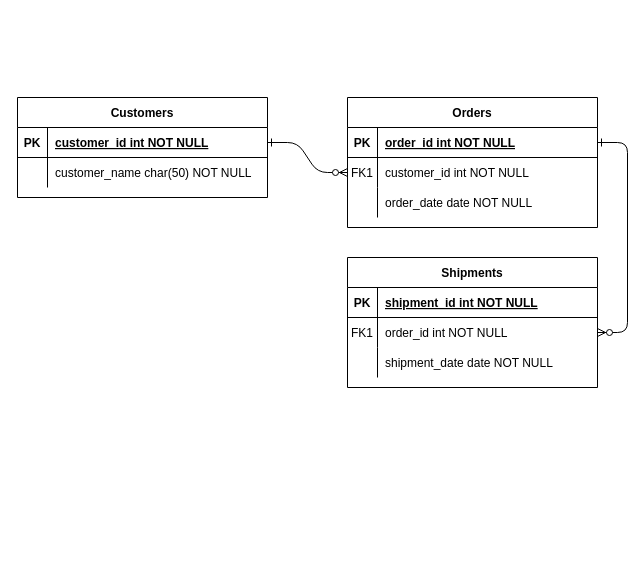
JoshiPrabin/Diagrams keeps this draw.io diagram as LMS_entitydiagram.drawio. Above is the earlier version. Source tidied: cells renumbered, new cells numbered last; positions are measured from the earlier drawing's top-left corner, leaving out a move shared by most shapes. Both pictures are drawn from the tidied source at 100%, with x=0, y=0 at pixel (17, 97).
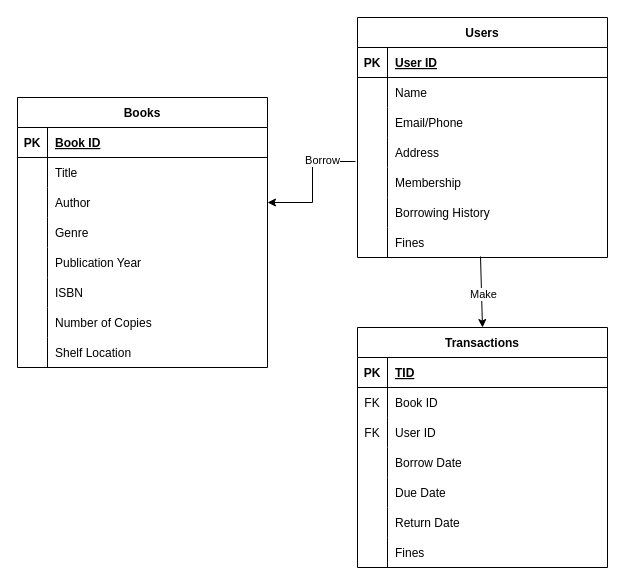
Above is the later version.

The change refers to these unchanged cells:
```xml
<mxCell id="5" style="shape=partialRectangle;fillColor=none;points=[[0,0.5],[1,0.5]];portConstraint=eastwest;top=0;left=0;right=0;bottom=1;" parent="4" vertex="1">
  <mxGeometry y="30" width="250" height="30" as="geometry" />
</mxCell>
<mxCell id="8" style="shape=partialRectangle;fillColor=none;points=[[0,0.5],[1,0.5]];portConstraint=eastwest;top=0;left=0;right=0;bottom=0;" parent="4" vertex="1">
  <mxGeometry y="60" width="250" height="30" as="geometry" />
</mxCell>
<mxCell id="11" style="shape=partialRectangle;fillColor=none;top=0;left=0;right=0;bottom=0;" parent="4" vertex="1">
  <mxGeometry y="90" width="250" height="30" as="geometry" />
</mxCell>
<mxCell id="15" style="shape=partialRectangle;fillColor=none;top=0;left=0;right=0;bottom=1;" parent="14" vertex="1">
  <mxGeometry y="30" width="250" height="30" as="geometry" />
</mxCell>
<mxCell id="18" style="shape=partialRectangle;fillColor=none;points=[[0,0.5],[1,0.5]];portConstraint=eastwest;top=0;left=0;right=0;bottom=0;" parent="14" vertex="1">
  <mxGeometry y="60" width="250" height="30" as="geometry" />
</mxCell>
<mxCell id="21" style="shape=partialRectangle;fillColor=none;top=0;left=0;right=0;bottom=0;" parent="14" vertex="1">
  <mxGeometry y="90" width="250" height="30" as="geometry" />
</mxCell>
<mxCell id="25" style="shape=partialRectangle;fillColor=none;points=[[0,0.5],[1,0.5]];portConstraint=eastwest;top=0;left=0;right=0;bottom=1;" parent="24" vertex="1">
  <mxGeometry y="30" width="250" height="30" as="geometry" />
</mxCell>
<mxCell id="28" style="shape=partialRectangle;fillColor=none;top=0;left=0;right=0;bottom=0;" parent="24" vertex="1">
  <mxGeometry y="60" width="250" height="30" as="geometry" />
</mxCell>
```

Change to the diagram source:
```diff
@@
-    <mxCell id="2" style="edgeStyle=entityRelationEdgeStyle;endArrow=ERzeroToMany;startArrow=ERone;endFill=1;startFill=0;" parent="1" edge="1" source="25" target="8">
-      <mxGeometry relative="1" as="geometry" />
-    </mxCell>
-    <mxCell id="3" style="edgeStyle=entityRelationEdgeStyle;endArrow=ERzeroToMany;startArrow=ERone;endFill=1;startFill=0;" parent="1" edge="1" source="5" target="18">
-      <mxGeometry relative="1" as="geometry" />
-    </mxCell>
-    <mxCell id="4" value="Orders" style="shape=table;startSize=30;childLayout=tableLayout;rowLines=0;fontStyle=1;align=center;" parent="1" vertex="1">
-      <mxGeometry x="330" width="250" height="130" as="geometry" />
+    <mxCell id="4" value="Users" style="shape=table;startSize=30;childLayout=tableLayout;rowLines=0;fontStyle=1;align=center;" parent="1" vertex="1">
+      <mxGeometry x="340" y="-80" width="250" height="240" as="geometry" />
     </mxCell>
@@
-    <mxCell id="7" value="order_id int NOT NULL " style="shape=partialRectangle;overflow=hidden;fillColor=none;top=0;left=0;bottom=0;right=0;align=left;spacingLeft=6;fontStyle=5;" parent="5" vertex="1">
+    <mxCell id="7" value="User ID" style="shape=partialRectangle;overflow=hidden;fillColor=none;top=0;left=0;bottom=0;right=0;align=left;spacingLeft=6;fontStyle=5;" parent="5" vertex="1">
       <mxGeometry x="30" width="220" height="30" as="geometry" />
     </mxCell>
@@
-    <mxCell id="9" value="FK1" style="shape=partialRectangle;overflow=hidden;fillColor=none;top=0;left=0;bottom=0;right=0;" parent="8" vertex="1">
+    <mxCell id="9" style="shape=partialRectangle;overflow=hidden;fillColor=none;top=0;left=0;bottom=0;right=0;" parent="8" vertex="1">
       <mxGeometry width="30" height="30" as="geometry" />
     </mxCell>
-    <mxCell id="10" value="customer_id int NOT NULL" style="shape=partialRectangle;overflow=hidden;fillColor=none;top=0;left=0;bottom=0;right=0;align=left;spacingLeft=6;" parent="8" vertex="1">
+    <mxCell id="10" value="Name" style="shape=partialRectangle;overflow=hidden;fillColor=none;top=0;left=0;bottom=0;right=0;align=left;spacingLeft=6;" parent="8" vertex="1">
       <mxGeometry x="30" width="220" height="30" as="geometry" />
     </mxCell>
@@
-    <mxCell id="13" value="order_date date NOT NULL" style="shape=partialRectangle;overflow=hidden;fillColor=none;top=0;left=0;bottom=0;right=0;align=left;spacingLeft=6;" parent="11" vertex="1">
+    <mxCell id="13" value="Email/Phone" style="shape=partialRectangle;overflow=hidden;fillColor=none;top=0;left=0;bottom=0;right=0;align=left;spacingLeft=6;" parent="11" vertex="1">
       <mxGeometry x="30" width="220" height="30" as="geometry" />
     </mxCell>
+    <mxCell id="31" style="shape=partialRectangle;fillColor=none;points=[[0,0.5],[1,0.5]];portConstraint=eastwest;top=0;left=0;right=0;bottom=0;" parent="4" vertex="1">
+      <mxGeometry y="120" width="250" height="30" as="geometry" />
+    </mxCell>
+    <mxCell id="32" style="shape=partialRectangle;overflow=hidden;fillColor=none;top=0;left=0;bottom=0;right=0;" parent="31" vertex="1">
+      <mxGeometry width="30" height="30" as="geometry" />
+    </mxCell>
+    <mxCell id="33" value="Address" style="shape=partialRectangle;overflow=hidden;fillColor=none;top=0;left=0;bottom=0;right=0;align=left;spacingLeft=6;" parent="31" vertex="1">
+      <mxGeometry x="30" width="220" height="30" as="geometry" />
+    </mxCell>
+    <mxCell id="34" style="shape=partialRectangle;fillColor=none;top=0;left=0;right=0;bottom=0;" parent="4" vertex="1">
+      <mxGeometry y="150" width="250" height="30" as="geometry" />
+    </mxCell>
+    <mxCell id="35" style="shape=partialRectangle;overflow=hidden;fillColor=none;top=0;left=0;bottom=0;right=0;" parent="34" vertex="1">
+      <mxGeometry width="30" height="30" as="geometry" />
+    </mxCell>
+    <mxCell id="36" value="Membership" style="shape=partialRectangle;overflow=hidden;fillColor=none;top=0;left=0;bottom=0;right=0;align=left;spacingLeft=6;" parent="34" vertex="1">
+      <mxGeometry x="30" width="220" height="30" as="geometry" />
+    </mxCell>
+    <mxCell id="37" style="shape=partialRectangle;fillColor=none;top=0;left=0;right=0;bottom=0;" parent="4" vertex="1">
+      <mxGeometry y="180" width="250" height="30" as="geometry" />
+    </mxCell>
+    <mxCell id="38" style="shape=partialRectangle;overflow=hidden;fillColor=none;top=0;left=0;bottom=0;right=0;" parent="37" vertex="1">
+      <mxGeometry width="30" height="30" as="geometry" />
+    </mxCell>
+    <mxCell id="39" value="Borrowing History" style="shape=partialRectangle;overflow=hidden;fillColor=none;top=0;left=0;bottom=0;right=0;align=left;spacingLeft=6;" parent="37" vertex="1">
+      <mxGeometry x="30" width="220" height="30" as="geometry" />
+    </mxCell>
+    <mxCell id="40" style="shape=partialRectangle;fillColor=none;points=[[0,0.5],[1,0.5]];portConstraint=eastwest;top=0;left=0;right=0;bottom=0;" parent="4" vertex="1">
+      <mxGeometry y="210" width="250" height="30" as="geometry" />
+    </mxCell>
+    <mxCell id="41" style="shape=partialRectangle;overflow=hidden;fillColor=none;top=0;left=0;bottom=0;right=0;" parent="40" vertex="1">
+      <mxGeometry width="30" height="30" as="geometry" />
+    </mxCell>
+    <mxCell id="42" value="Fines" style="shape=partialRectangle;overflow=hidden;fillColor=none;top=0;left=0;bottom=0;right=0;align=left;spacingLeft=6;" parent="40" vertex="1">
+      <mxGeometry x="30" width="220" height="30" as="geometry" />
+    </mxCell>
-    <mxCell id="14" value="Shipments" style="shape=table;startSize=30;childLayout=tableLayout;rowLines=0;fontStyle=1;align=center;" parent="1" vertex="1">
-      <mxGeometry x="330" y="160" width="250" height="130" as="geometry" />
+    <mxCell id="14" value="Transactions" style="shape=table;startSize=30;childLayout=tableLayout;rowLines=0;fontStyle=1;align=center;" parent="1" vertex="1">
+      <mxGeometry x="340" y="230" width="250" height="240" as="geometry" />
     </mxCell>
@@
-    <mxCell id="17" value="shipment_id int NOT NULL " style="shape=partialRectangle;overflow=hidden;fillColor=none;top=0;left=0;bottom=0;right=0;align=left;spacingLeft=6;fontStyle=5;" parent="15" vertex="1">
+    <mxCell id="17" value="TID" style="shape=partialRectangle;overflow=hidden;fillColor=none;top=0;left=0;bottom=0;right=0;align=left;spacingLeft=6;fontStyle=5;" parent="15" vertex="1">
       <mxGeometry x="30" width="220" height="30" as="geometry" />
     </mxCell>
@@
-    <mxCell id="19" value="FK1" style="shape=partialRectangle;overflow=hidden;fillColor=none;top=0;left=0;bottom=0;right=0;" parent="18" vertex="1">
+    <mxCell id="19" value="FK" style="shape=partialRectangle;overflow=hidden;fillColor=none;top=0;left=0;bottom=0;right=0;" parent="18" vertex="1">
       <mxGeometry width="30" height="30" as="geometry" />
     </mxCell>
-    <mxCell id="20" value="order_id int NOT NULL" style="shape=partialRectangle;overflow=hidden;fillColor=none;top=0;left=0;bottom=0;right=0;align=left;spacingLeft=6;" parent="18" vertex="1">
+    <mxCell id="20" value="Book ID" style="shape=partialRectangle;overflow=hidden;fillColor=none;top=0;left=0;bottom=0;right=0;align=left;spacingLeft=6;" parent="18" vertex="1">
       <mxGeometry x="30" width="220" height="30" as="geometry" />
     </mxCell>
@@
-    <mxCell id="22" style="shape=partialRectangle;overflow=hidden;fillColor=none;top=0;left=0;bottom=0;right=0;" parent="21" vertex="1">
+    <mxCell id="22" value="FK" style="shape=partialRectangle;overflow=hidden;fillColor=none;top=0;left=0;bottom=0;right=0;" parent="21" vertex="1">
       <mxGeometry width="30" height="30" as="geometry" />
     </mxCell>
-    <mxCell id="23" value="shipment_date date NOT NULL" style="shape=partialRectangle;overflow=hidden;fillColor=none;top=0;left=0;bottom=0;right=0;align=left;spacingLeft=6;" parent="21" vertex="1">
+    <mxCell id="23" value="User ID" style="shape=partialRectangle;overflow=hidden;fillColor=none;top=0;left=0;bottom=0;right=0;align=left;spacingLeft=6;" parent="21" vertex="1">
       <mxGeometry x="30" width="220" height="30" as="geometry" />
     </mxCell>
+    <mxCell id="43" style="shape=partialRectangle;fillColor=none;top=0;left=0;right=0;bottom=0;" parent="14" vertex="1">
+      <mxGeometry y="120" width="250" height="30" as="geometry" />
+    </mxCell>
+    <mxCell id="44" style="shape=partialRectangle;overflow=hidden;fillColor=none;top=0;left=0;bottom=0;right=0;" parent="43" vertex="1">
+      <mxGeometry width="30" height="30" as="geometry" />
+    </mxCell>
+    <mxCell id="45" value="Borrow Date" style="shape=partialRectangle;overflow=hidden;fillColor=none;top=0;left=0;bottom=0;right=0;align=left;spacingLeft=6;" parent="43" vertex="1">
+      <mxGeometry x="30" width="220" height="30" as="geometry" />
+    </mxCell>
+    <mxCell id="46" style="shape=partialRectangle;fillColor=none;top=0;left=0;right=0;bottom=0;" parent="14" vertex="1">
+      <mxGeometry y="150" width="250" height="30" as="geometry" />
+    </mxCell>
+    <mxCell id="47" style="shape=partialRectangle;overflow=hidden;fillColor=none;top=0;left=0;bottom=0;right=0;" parent="46" vertex="1">
+      <mxGeometry width="30" height="30" as="geometry" />
+    </mxCell>
+    <mxCell id="48" value="Due Date" style="shape=partialRectangle;overflow=hidden;fillColor=none;top=0;left=0;bottom=0;right=0;align=left;spacingLeft=6;" parent="46" vertex="1">
+      <mxGeometry x="30" width="220" height="30" as="geometry" />
+    </mxCell>
+    <mxCell id="49" style="shape=partialRectangle;fillColor=none;top=0;left=0;right=0;bottom=0;" parent="14" vertex="1">
+      <mxGeometry y="180" width="250" height="30" as="geometry" />
+    </mxCell>
+    <mxCell id="50" style="shape=partialRectangle;overflow=hidden;fillColor=none;top=0;left=0;bottom=0;right=0;" parent="49" vertex="1">
+      <mxGeometry width="30" height="30" as="geometry" />
+    </mxCell>
+    <mxCell id="51" value="Return Date" style="shape=partialRectangle;overflow=hidden;fillColor=none;top=0;left=0;bottom=0;right=0;align=left;spacingLeft=6;" parent="49" vertex="1">
+      <mxGeometry x="30" width="220" height="30" as="geometry" />
+    </mxCell>
+    <mxCell id="52" style="shape=partialRectangle;fillColor=none;top=0;left=0;right=0;bottom=0;" parent="14" vertex="1">
+      <mxGeometry y="210" width="250" height="30" as="geometry" />
+    </mxCell>
+    <mxCell id="53" style="shape=partialRectangle;overflow=hidden;fillColor=none;top=0;left=0;bottom=0;right=0;" parent="52" vertex="1">
+      <mxGeometry width="30" height="30" as="geometry" />
+    </mxCell>
+    <mxCell id="54" value="Fines" style="shape=partialRectangle;overflow=hidden;fillColor=none;top=0;left=0;bottom=0;right=0;align=left;spacingLeft=6;" parent="52" vertex="1">
+      <mxGeometry x="30" width="220" height="30" as="geometry" />
+    </mxCell>
-    <mxCell id="24" value="Customers" style="shape=table;startSize=30;childLayout=tableLayout;rowLines=0;fontStyle=1;align=center;" parent="1" vertex="1">
-      <mxGeometry width="250" height="100" as="geometry" />
+    <mxCell id="24" value="Books" style="shape=table;startSize=30;childLayout=tableLayout;rowLines=0;fontStyle=1;align=center;" parent="1" vertex="1">
+      <mxGeometry width="250" height="270" as="geometry" />
     </mxCell>
@@
-    <mxCell id="27" value="customer_id int NOT NULL " style="shape=partialRectangle;overflow=hidden;fillColor=none;top=0;left=0;bottom=0;right=0;align=left;spacingLeft=6;fontStyle=5;" parent="25" vertex="1">
+    <mxCell id="27" value="Book ID" style="shape=partialRectangle;overflow=hidden;fillColor=none;top=0;left=0;bottom=0;right=0;align=left;spacingLeft=6;fontStyle=5;" parent="25" vertex="1">
       <mxGeometry x="30" width="220" height="30" as="geometry" />
     </mxCell>
@@
-    <mxCell id="30" value="customer_name char(50) NOT NULL" style="shape=partialRectangle;overflow=hidden;fillColor=none;top=0;left=0;bottom=0;right=0;align=left;spacingLeft=6;" parent="28" vertex="1">
+    <mxCell id="30" value="Title" style="shape=partialRectangle;overflow=hidden;fillColor=none;top=0;left=0;bottom=0;right=0;align=left;spacingLeft=6;" parent="28" vertex="1">
       <mxGeometry x="30" width="220" height="30" as="geometry" />
     </mxCell>
+    <mxCell id="55" style="shape=partialRectangle;fillColor=none;points=[[0,0.5],[1,0.5]];portConstraint=eastwest;top=0;left=0;right=0;bottom=0;" parent="24" vertex="1">
+      <mxGeometry y="90" width="250" height="30" as="geometry" />
+    </mxCell>
+    <mxCell id="56" style="shape=partialRectangle;overflow=hidden;fillColor=none;top=0;left=0;bottom=0;right=0;" parent="55" vertex="1">
+      <mxGeometry width="30" height="30" as="geometry" />
+    </mxCell>
+    <mxCell id="57" value="Author" style="shape=partialRectangle;overflow=hidden;fillColor=none;top=0;left=0;bottom=0;right=0;align=left;spacingLeft=6;" parent="55" vertex="1">
+      <mxGeometry x="30" width="220" height="30" as="geometry" />
+    </mxCell>
+    <mxCell id="58" style="shape=partialRectangle;fillColor=none;top=0;left=0;right=0;bottom=0;" parent="24" vertex="1">
+      <mxGeometry y="120" width="250" height="30" as="geometry" />
+    </mxCell>
+    <mxCell id="59" style="shape=partialRectangle;overflow=hidden;fillColor=none;top=0;left=0;bottom=0;right=0;" parent="58" vertex="1">
+      <mxGeometry width="30" height="30" as="geometry" />
+    </mxCell>
+    <mxCell id="60" value="Genre" style="shape=partialRectangle;overflow=hidden;fillColor=none;top=0;left=0;bottom=0;right=0;align=left;spacingLeft=6;" parent="58" vertex="1">
+      <mxGeometry x="30" width="220" height="30" as="geometry" />
+    </mxCell>
+    <mxCell id="61" style="shape=partialRectangle;fillColor=none;top=0;left=0;right=0;bottom=0;" parent="24" vertex="1">
+      <mxGeometry y="150" width="250" height="30" as="geometry" />
+    </mxCell>
+    <mxCell id="62" style="shape=partialRectangle;overflow=hidden;fillColor=none;top=0;left=0;bottom=0;right=0;" parent="61" vertex="1">
+      <mxGeometry width="30" height="30" as="geometry" />
+    </mxCell>
+    <mxCell id="63" value="Publication Year" style="shape=partialRectangle;overflow=hidden;fillColor=none;top=0;left=0;bottom=0;right=0;align=left;spacingLeft=6;" parent="61" vertex="1">
+      <mxGeometry x="30" width="220" height="30" as="geometry" />
+    </mxCell>
+    <mxCell id="64" style="shape=partialRectangle;fillColor=none;top=0;left=0;right=0;bottom=0;" parent="24" vertex="1">
+      <mxGeometry y="180" width="250" height="30" as="geometry" />
+    </mxCell>
+    <mxCell id="65" style="shape=partialRectangle;overflow=hidden;fillColor=none;top=0;left=0;bottom=0;right=0;" parent="64" vertex="1">
+      <mxGeometry width="30" height="30" as="geometry" />
+    </mxCell>
+    <mxCell id="66" value="ISBN" style="shape=partialRectangle;overflow=hidden;fillColor=none;top=0;left=0;bottom=0;right=0;align=left;spacingLeft=6;" parent="64" vertex="1">
+      <mxGeometry x="30" width="220" height="30" as="geometry" />
+    </mxCell>
+    <mxCell id="67" style="shape=partialRectangle;fillColor=none;top=0;left=0;right=0;bottom=0;" parent="24" vertex="1">
+      <mxGeometry y="210" width="250" height="30" as="geometry" />
+    </mxCell>
+    <mxCell id="68" style="shape=partialRectangle;overflow=hidden;fillColor=none;top=0;left=0;bottom=0;right=0;" parent="67" vertex="1">
+      <mxGeometry width="30" height="30" as="geometry" />
+    </mxCell>
+    <mxCell id="69" value="Number of Copies" style="shape=partialRectangle;overflow=hidden;fillColor=none;top=0;left=0;bottom=0;right=0;align=left;spacingLeft=6;" parent="67" vertex="1">
+      <mxGeometry x="30" width="220" height="30" as="geometry" />
+    </mxCell>
+    <mxCell id="70" style="shape=partialRectangle;fillColor=none;top=0;left=0;right=0;bottom=0;" parent="24" vertex="1">
+      <mxGeometry y="240" width="250" height="30" as="geometry" />
+    </mxCell>
+    <mxCell id="71" style="shape=partialRectangle;overflow=hidden;fillColor=none;top=0;left=0;bottom=0;right=0;" parent="70" vertex="1">
+      <mxGeometry width="30" height="30" as="geometry" />
+    </mxCell>
+    <mxCell id="72" value="Shelf Location" style="shape=partialRectangle;overflow=hidden;fillColor=none;top=0;left=0;bottom=0;right=0;align=left;spacingLeft=6;" parent="70" vertex="1">
+      <mxGeometry x="30" width="220" height="30" as="geometry" />
+    </mxCell>
+    <mxCell id="73" style="edgeStyle=orthogonalEdgeStyle;rounded=0;jettySize=auto;html=1;entryX=1;entryY=0.5;entryDx=0;entryDy=0;exitX=-0.008;exitY=0.8;exitDx=0;exitDy=0;exitPerimeter=0;" parent="1" edge="1" source="31" target="55">
+      <mxGeometry relative="1" as="geometry" />
+    </mxCell>
+    <mxCell id="74" value="Borrow" style="edgeLabel;html=1;align=center;verticalAlign=middle;" parent="73" vertex="1">
+      <mxGeometry x="-0.47" y="-2" relative="1" as="geometry" />
+    </mxCell>
+    <mxCell id="75" style="endArrow=classic;html=1;rounded=0;entryX=0.5;entryY=0;entryDx=0;entryDy=0;exitX=0.492;exitY=0.967;exitDx=0;exitDy=0;exitPerimeter=0;" parent="1" edge="1" source="40" target="14">
+      <mxGeometry relative="1" as="geometry" />
+    </mxCell>
+    <mxCell id="76" value="Make" style="edgeLabel;html=1;align=center;verticalAlign=middle;" parent="75" vertex="1">
+      <mxGeometry x="0.07" y="1" relative="1" as="geometry" />
+    </mxCell>
```
